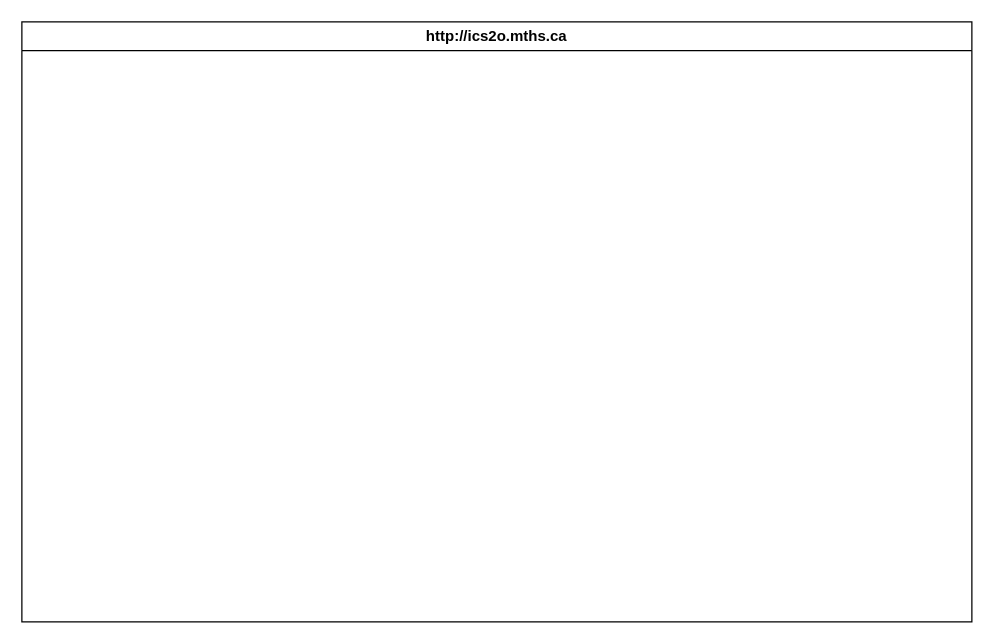
The draw.io diagram design/storyboard.drawio in MTHS-ICS2O-2-2022/ICS2O-Unit-5-03-alyssia-fung, before the edit. Source tidied: cells renumbered, new cells numbered last; positions are measured from the earlier drawing's top-left corner, leaving out a move shared by most shapes. Both pictures are drawn from the tidied source at 125%, with x=0, y=0 at pixel (21, 21).
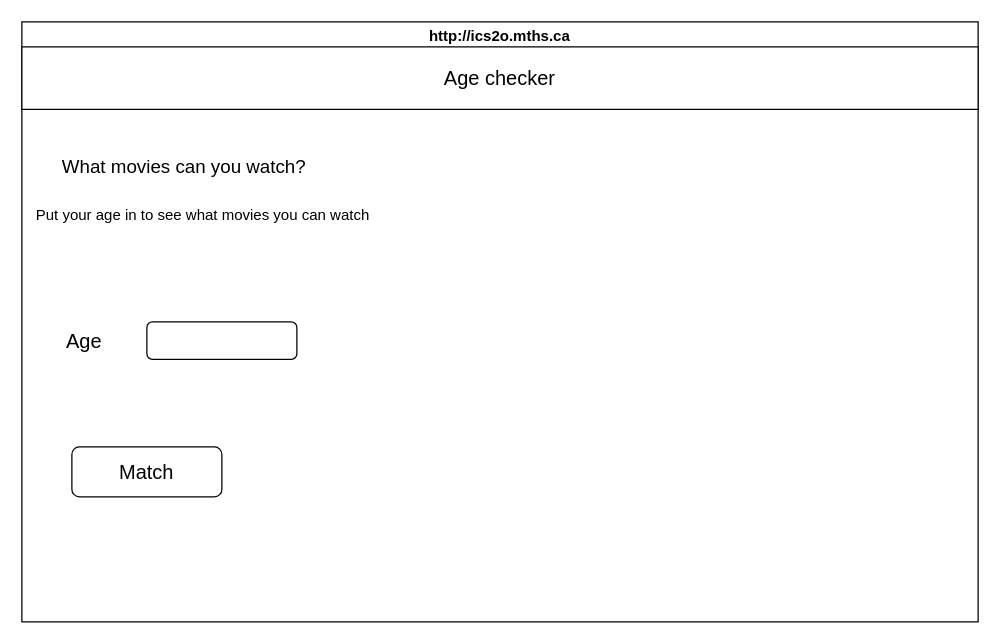
Above is the later version.

What changed in the source:
```diff
@@
 <mxGraphModel>
   <root>
     <mxCell id="0" />
     <mxCell id="1" parent="0" />
     <mxCell id="2" value="http://ics2o.mths.ca" style="swimlane;whiteSpace=wrap;html=1;" parent="1" vertex="1">
-      <mxGeometry width="760" height="480" as="geometry" />
+      <mxGeometry width="765" height="480" as="geometry" />
     </mxCell>
+    <mxCell id="3" value="&lt;font style=&quot;font-size: 16px;&quot;&gt;Age checker&lt;/font&gt;" style="rounded=0;whiteSpace=wrap;html=1;" parent="2" vertex="1">
+      <mxGeometry y="20" width="765" height="50" as="geometry" />
+    </mxCell>
+    <mxCell id="4" value="&lt;span style=&quot;font-size: 15px;&quot;&gt;What movies can you watch?&lt;/span&gt;" style="text;html=1;strokeColor=none;fillColor=none;align=center;verticalAlign=middle;whiteSpace=wrap;rounded=0;" parent="2" vertex="1">
+      <mxGeometry x="30" y="100" width="200" height="30" as="geometry" />
+    </mxCell>
+    <mxCell id="5" value="Put your age in to see what movies you can watch" style="text;html=1;strokeColor=none;fillColor=none;align=center;verticalAlign=middle;whiteSpace=wrap;rounded=0;" parent="2" vertex="1">
+      <mxGeometry x="10" y="140" width="270" height="30" as="geometry" />
+    </mxCell>
+    <mxCell id="6" value="&lt;span style=&quot;font-size: 16px;&quot;&gt;Match&lt;br&gt;&lt;/span&gt;" style="rounded=1;whiteSpace=wrap;html=1;" parent="2" vertex="1">
+      <mxGeometry x="40" y="340" width="120" height="40" as="geometry" />
+    </mxCell>
+    <mxCell id="7" style="rounded=1;whiteSpace=wrap;html=1;fontSize=16;" parent="2" vertex="1">
+      <mxGeometry x="100" y="240" width="120" height="30" as="geometry" />
+    </mxCell>
+    <mxCell id="8" value="Age" style="text;html=1;strokeColor=none;fillColor=none;align=center;verticalAlign=middle;whiteSpace=wrap;rounded=0;fontSize=16;" parent="2" vertex="1">
+      <mxGeometry x="20" y="240" width="60" height="30" as="geometry" />
+    </mxCell>
   </root>
 </mxGraphModel>
```
